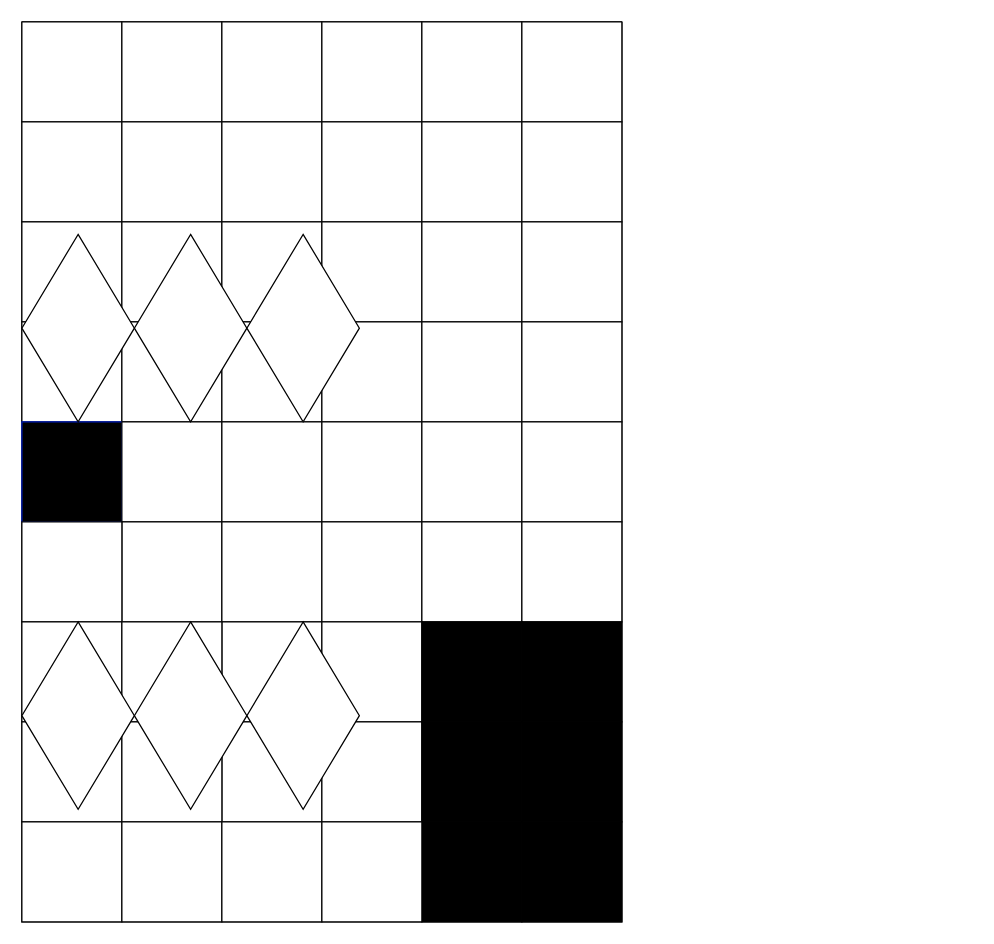
zrsolis/01datahall keeps this draw.io diagram as datahall.drawio. Above is the earlier version. Source tidied: cells renumbered, new cells numbered last; positions are measured from the earlier drawing's top-left corner, leaving out a move shared by most shapes. Both pictures are drawn from the tidied source at 125%, with x=0, y=0 at pixel (21, 21).
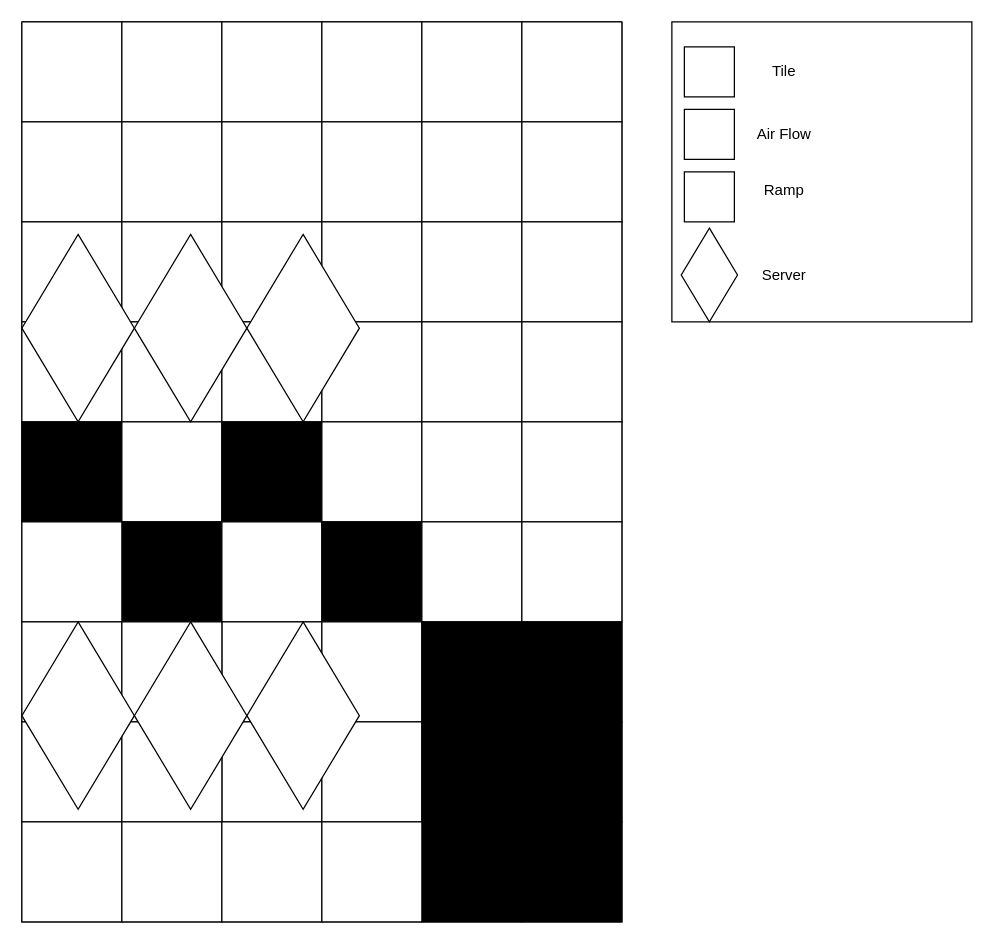
The same page after the edit.

The change refers to these unchanged cells:
```xml
<mxCell id="2" style="swimlane;startSize=0;" parent="1" vertex="1">
  <mxGeometry width="480" height="720" as="geometry" />
</mxCell>
```

Change to the diagram source:
```diff
@@
-    <mxCell id="27" style="whiteSpace=wrap;html=1;fillColor=light-dark(#FFFFFF,#000000);fillStyle=dots;fontColor=#ffffff;strokeColor=#001DBC;" parent="2" vertex="1">
+    <mxCell id="27" style="whiteSpace=wrap;html=1;fillStyle=dots;rounded=0;glass=0;fillColor=light-dark(#FFFFFF,#B9E0A5);" parent="2" vertex="1">
       <mxGeometry y="320" width="80" height="80" as="geometry" />
     </mxCell>
-    <mxCell id="28" style="whiteSpace=wrap;html=1;fillColor=light-dark(#FFFFFF,#808080);" parent="2" vertex="1">
+    <mxCell id="28" style="whiteSpace=wrap;html=1;fillColor=light-dark(#FFFFFF,#808080);fillStyle=solid;" parent="2" vertex="1">
       <mxGeometry x="80" y="320" width="80" height="80" as="geometry" />
     </mxCell>
-    <mxCell id="29" style="whiteSpace=wrap;html=1;fillColor=light-dark(#FFFFFF,#808080);" parent="2" vertex="1">
+    <mxCell id="29" style="whiteSpace=wrap;html=1;fillColor=light-dark(#FFFFFF,#808080);fillStyle=dots;" parent="2" vertex="1">
       <mxGeometry x="160" y="320" width="80" height="80" as="geometry" />
     </mxCell>
@@
-    <mxCell id="33" style="whiteSpace=wrap;html=1;fillColor=light-dark(#FFFFFF,#808080);" parent="2" vertex="1">
+    <mxCell id="33" style="whiteSpace=wrap;html=1;fillColor=light-dark(#FFFFFF,#808080);fillStyle=dots;" parent="2" vertex="1">
       <mxGeometry x="80" y="400" width="80" height="80" as="geometry" />
     </mxCell>
@@
-    <mxCell id="35" style="whiteSpace=wrap;html=1;fillColor=light-dark(#FFFFFF,#808080);" parent="2" vertex="1">
+    <mxCell id="35" style="whiteSpace=wrap;html=1;fillColor=light-dark(#FFFFFF,#808080);fillStyle=dots;" parent="2" vertex="1">
       <mxGeometry x="240" y="400" width="80" height="80" as="geometry" />
     </mxCell>
@@
-    <mxCell id="42" style="whiteSpace=wrap;html=1;fillStyle=dots;fillColor=light-dark(#FFFFFF,#0000FF);" parent="2" vertex="1">
+    <mxCell id="42" style="whiteSpace=wrap;html=1;fillStyle=cross-hatch;fillColor=light-dark(#FFFFFF,#0000FF);" parent="2" vertex="1">
       <mxGeometry x="320" y="480" width="80" height="80" as="geometry" />
     </mxCell>
-    <mxCell id="43" style="whiteSpace=wrap;html=1;fillStyle=dots;fillColor=light-dark(#FFFFFF,#0000FF);" parent="2" vertex="1">
+    <mxCell id="43" style="whiteSpace=wrap;html=1;fillStyle=cross-hatch;fillColor=light-dark(#FFFFFF,#636363);" parent="2" vertex="1">
       <mxGeometry x="400" y="480" width="80" height="80" as="geometry" />
     </mxCell>
-    <mxCell id="44" style="whiteSpace=wrap;html=1;fillStyle=dots;fillColor=light-dark(#FFFFFF,#0000FF);" parent="2" vertex="1">
+    <mxCell id="44" style="whiteSpace=wrap;html=1;fillStyle=cross-hatch;fillColor=light-dark(#FFFFFF,#0000FF);" parent="2" vertex="1">
       <mxGeometry x="320" y="560" width="80" height="80" as="geometry" />
     </mxCell>
-    <mxCell id="45" style="whiteSpace=wrap;html=1;fillStyle=dots;fillColor=light-dark(#FFFFFF,#0000FF);gradientColor=none;" parent="2" vertex="1">
+    <mxCell id="45" style="whiteSpace=wrap;html=1;fillStyle=cross-hatch;fillColor=light-dark(#FFFFFF,#0000FF);gradientColor=none;" parent="2" vertex="1">
       <mxGeometry x="400" y="560" width="80" height="80" as="geometry" />
     </mxCell>
-    <mxCell id="46" style="whiteSpace=wrap;html=1;fillStyle=dots;fillColor=light-dark(#FFFFFF,#0000FF);" parent="2" vertex="1">
+    <mxCell id="46" style="whiteSpace=wrap;html=1;fillStyle=cross-hatch;fillColor=light-dark(#FFFFFF,#0000FF);" parent="2" vertex="1">
       <mxGeometry x="320" y="640" width="80" height="80" as="geometry" />
     </mxCell>
-    <mxCell id="47" style="whiteSpace=wrap;html=1;fillStyle=dots;fillColor=light-dark(#FFFFFF,#0000FF);" parent="2" vertex="1">
+    <mxCell id="47" style="whiteSpace=wrap;html=1;fillStyle=cross-hatch;fillColor=light-dark(#FFFFFF,#0000FF);" parent="2" vertex="1">
       <mxGeometry x="400" y="640" width="80" height="80" as="geometry" />
     </mxCell>
@@
+    <mxCell id="63" style="whiteSpace=wrap;html=1;fillStyle=solid;fillColor=light-dark(#FFFFFF,#FFFFFF);" parent="1" vertex="1">
+      <mxGeometry x="520" width="240" height="240" as="geometry" />
+    </mxCell>
+    <mxCell id="64" value="&lt;font style=&quot;color: light-dark(rgb(0, 0, 0), rgb(0, 0, 0));&quot;&gt;Tile&lt;/font&gt;" style="text;html=1;align=center;verticalAlign=middle;whiteSpace=wrap;rounded=0;" parent="1" vertex="1">
+      <mxGeometry x="580" y="25" width="60" height="30" as="geometry" />
+    </mxCell>
+    <mxCell id="65" style="whiteSpace=wrap;html=1;fillColor=light-dark(#FFFFFF,#808080);" parent="1" vertex="1">
+      <mxGeometry x="530" y="20" width="40" height="40" as="geometry" />
+    </mxCell>
+    <mxCell id="66" style="whiteSpace=wrap;html=1;fillStyle=dots;strokeColor=light-dark(#000000,#000000);" parent="1" vertex="1">
+      <mxGeometry x="530" y="70" width="40" height="40" as="geometry" />
+    </mxCell>
+    <mxCell id="67" value="&lt;font style=&quot;color: light-dark(rgb(0, 0, 0), rgb(0, 0, 0));&quot;&gt;Air Flow&lt;/font&gt;" style="text;html=1;align=center;verticalAlign=middle;whiteSpace=wrap;rounded=0;" parent="1" vertex="1">
+      <mxGeometry x="580" y="75" width="60" height="30" as="geometry" />
+    </mxCell>
+    <mxCell id="68" style="whiteSpace=wrap;html=1;fillStyle=cross-hatch;strokeColor=light-dark(#000000,#000000);" parent="1" vertex="1">
+      <mxGeometry x="530" y="120" width="40" height="40" as="geometry" />
+    </mxCell>
+    <mxCell id="69" value="&lt;font style=&quot;color: light-dark(rgb(0, 0, 0), rgb(0, 0, 0));&quot;&gt;Ramp&lt;/font&gt;" style="text;html=1;align=center;verticalAlign=middle;whiteSpace=wrap;rounded=0;" parent="1" vertex="1">
+      <mxGeometry x="580" y="120" width="60" height="30" as="geometry" />
+    </mxCell>
+    <mxCell id="70" style="rhombus;whiteSpace=wrap;html=1;" parent="1" vertex="1">
+      <mxGeometry x="527.5" y="165" width="45" height="75" as="geometry" />
+    </mxCell>
+    <mxCell id="71" value="&lt;font style=&quot;color: light-dark(rgb(0, 0, 0), rgb(0, 0, 0));&quot;&gt;Server&lt;/font&gt;" style="text;html=1;align=center;verticalAlign=middle;whiteSpace=wrap;rounded=0;" parent="1" vertex="1">
+      <mxGeometry x="580" y="187.5" width="60" height="30" as="geometry" />
+    </mxCell>
```
